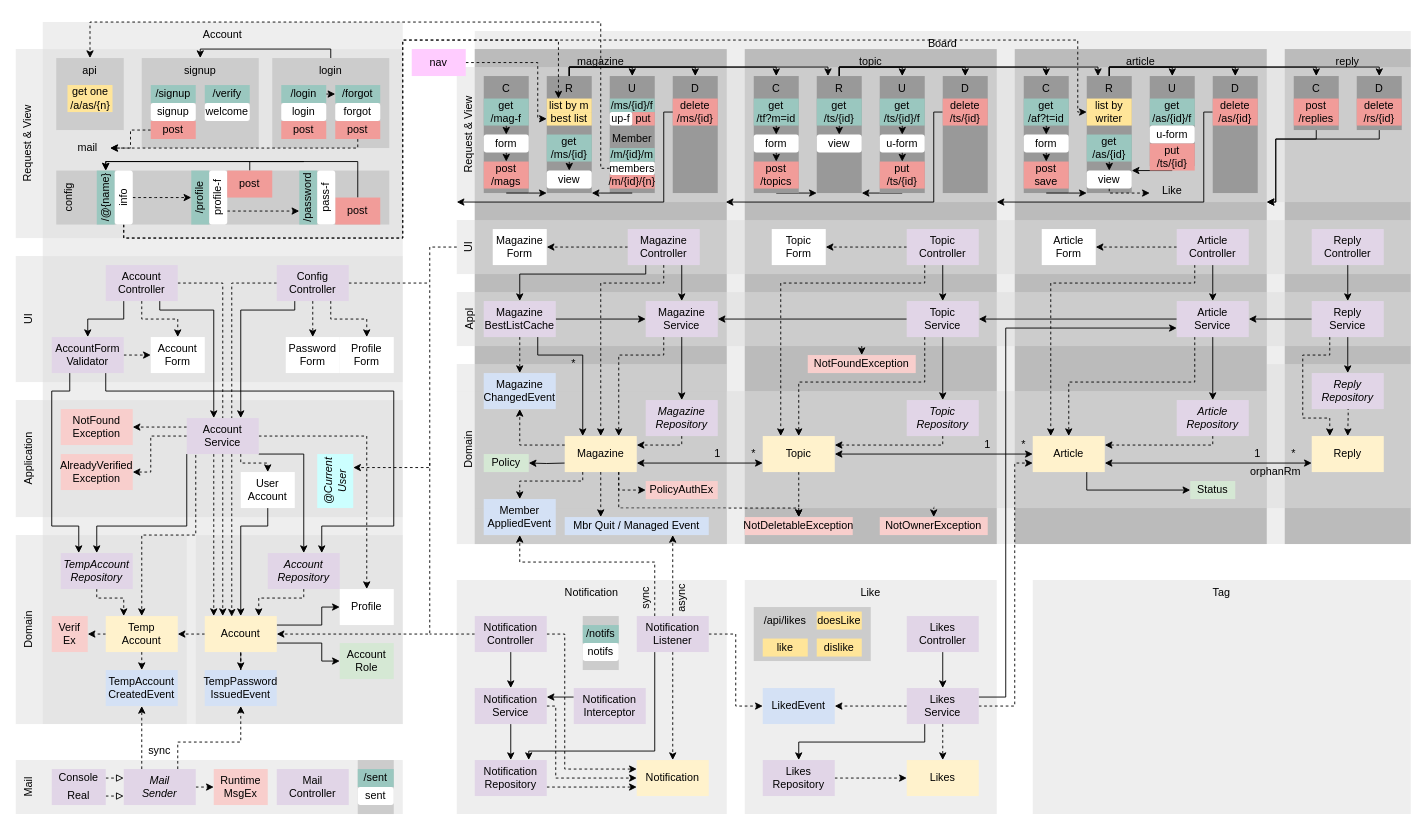
Above: diagram.drawio in suloginscene/dinner (draw.io), before the change. Source tidied: cells renumbered, new cells numbered last; positions are measured from the earlier drawing's top-left corner, leaving out a move shared by most shapes. Both pictures are drawn from the tidied source at 90%, with x=0, y=0 at pixel (15, 22).
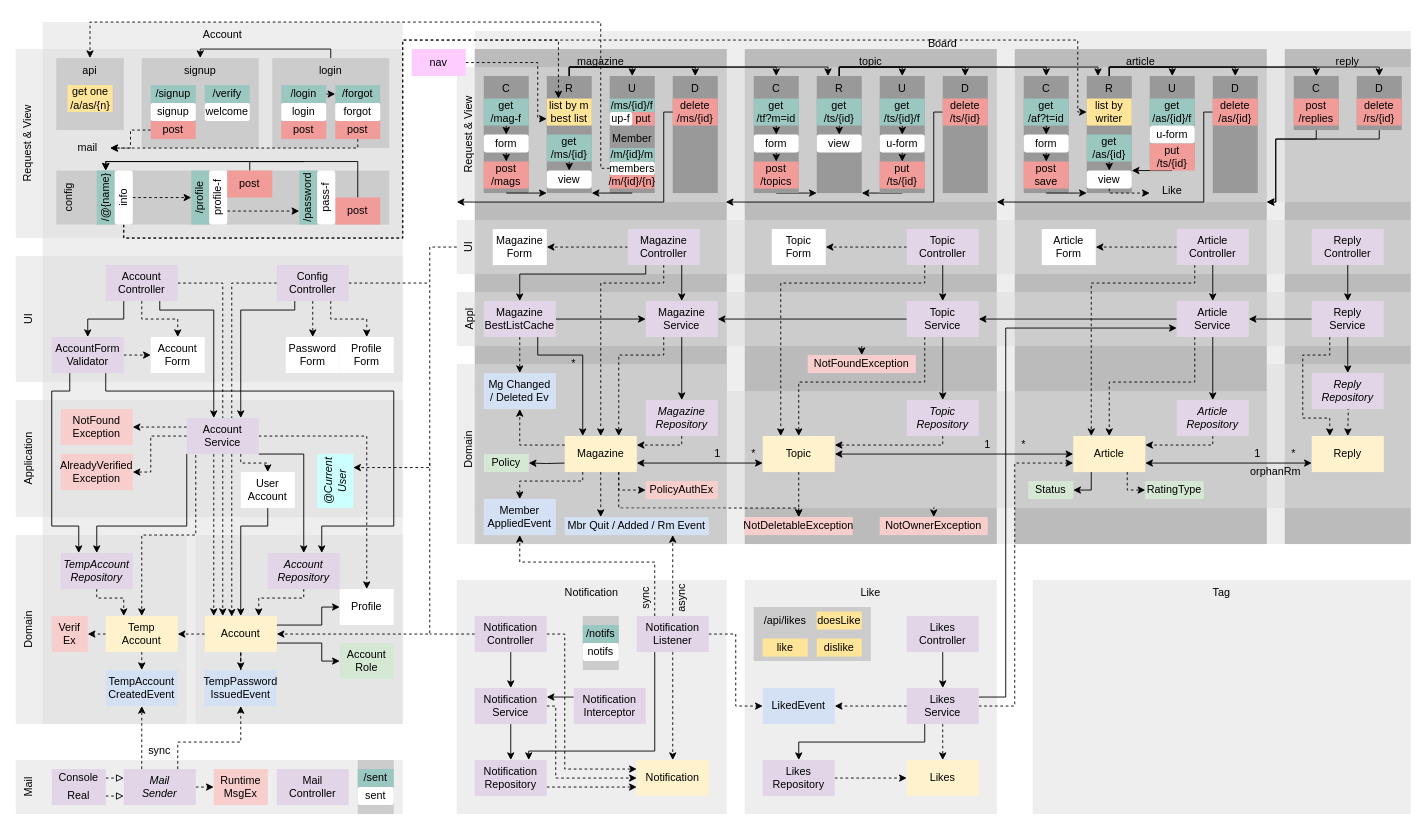
After the change.

Unchanged cells that the change refers to:
```xml
<mxCell id="151" value="Article&lt;br&gt;Controller" style="rounded=0;whiteSpace=wrap;html=1;strokeColor=none;fillColor=#E1D5E7;" parent="1" vertex="1">
  <mxGeometry x="1290" y="230" width="80" height="40" as="geometry" />
</mxCell>
<mxCell id="156" value="Article&lt;br&gt;Service" style="rounded=0;whiteSpace=wrap;html=1;strokeColor=none;fillColor=#E1D5E7;" parent="1" vertex="1">
  <mxGeometry x="1290" y="310" width="80" height="40" as="geometry" />
</mxCell>
```

Change to the diagram source:
```diff
@@
     <mxCell id="150" style="edgeStyle=orthogonalEdgeStyle;rounded=0;jettySize=auto;html=1;exitX=0.25;exitY=1;exitDx=0;exitDy=0;entryX=0.25;entryY=0;entryDx=0;entryDy=0;dashed=1;" parent="1" edge="1" source="151" target="161">
       <mxGeometry relative="1" as="geometry">
         <Array as="points">
           <mxPoint x="1310" y="290" />
-          <mxPoint x="1150" y="290" />
+          <mxPoint x="1195" y="290" />
         </Array>
       </mxGeometry>
     </mxCell>
@@
     <mxCell id="155" style="edgeStyle=orthogonalEdgeStyle;rounded=0;jettySize=auto;html=1;exitX=0.25;exitY=1;exitDx=0;exitDy=0;entryX=0.5;entryY=0;entryDx=0;entryDy=0;dashed=1;" parent="1" edge="1" source="156" target="161">
       <mxGeometry relative="1" as="geometry">
         <Array as="points">
           <mxPoint x="1310" y="400" />
-          <mxPoint x="1170" y="400" />
+          <mxPoint x="1215" y="400" />
         </Array>
       </mxGeometry>
     </mxCell>
@@
-    <mxCell id="160" style="edgeStyle=orthogonalEdgeStyle;rounded=0;jettySize=auto;html=1;exitX=0.75;exitY=1;exitDx=0;exitDy=0;entryX=0;entryY=0.5;entryDx=0;entryDy=0;" parent="1" edge="1" source="161" target="287">
-      <mxGeometry relative="1" as="geometry" />
+    <mxCell id="160" style="edgeStyle=orthogonalEdgeStyle;rounded=0;jettySize=auto;html=1;exitX=0.25;exitY=1;exitDx=0;exitDy=0;entryX=1;entryY=0.5;entryDx=0;entryDy=0;" parent="1" edge="1" source="161" target="287">
+      <mxGeometry relative="1" as="geometry">
+        <Array as="points">
+          <mxPoint x="1195" y="520" />
+        </Array>
+      </mxGeometry>
     </mxCell>
+    <mxCell id="337" style="edgeStyle=orthogonalEdgeStyle;rounded=0;jettySize=auto;html=1;exitX=0.75;exitY=1;exitDx=0;exitDy=0;entryX=0;entryY=0.5;entryDx=0;entryDy=0;dashed=1;" parent="1" edge="1" source="161" target="338">
+      <mxGeometry relative="1" as="geometry">
+        <Array as="points">
+          <mxPoint x="1235" y="520" />
+        </Array>
+      </mxGeometry>
+    </mxCell>
     <mxCell id="161" value="Article" style="rounded=0;whiteSpace=wrap;html=1;strokeColor=none;fillColor=#FFF2CC;" parent="1" vertex="1">
-      <mxGeometry x="1130" y="460" width="80" height="40" as="geometry" />
+      <mxGeometry x="1175" y="460" width="80" height="40" as="geometry" />
     </mxCell>
@@
-    <mxCell id="274" value="Magazine&lt;br&gt;ChangedEvent" style="rounded=0;whiteSpace=wrap;html=1;strokeColor=none;fillColor=#D4E1F5;" parent="1" vertex="1">
+    <mxCell id="274" value="Mg&amp;nbsp;Changed&lt;br&gt;/ Deleted Ev" style="rounded=0;whiteSpace=wrap;html=1;strokeColor=none;fillColor=#D4E1F5;" parent="1" vertex="1">
       <mxGeometry x="520" y="390" width="80" height="40" as="geometry" />
     </mxCell>
@@
-    <mxCell id="283" value="Mbr Quit / Managed Event" style="rounded=0;whiteSpace=wrap;html=1;strokeColor=none;fillColor=#D4E1F5;" parent="1" vertex="1">
+    <mxCell id="283" value="Mbr Quit / Added / Rm Event" style="rounded=0;whiteSpace=wrap;html=1;strokeColor=none;fillColor=#D4E1F5;" parent="1" vertex="1">
       <mxGeometry x="610" y="550" width="160" height="20" as="geometry" />
     </mxCell>
@@
     <mxCell id="287" value="Status" style="rounded=0;whiteSpace=wrap;html=1;strokeColor=none;fillColor=#D5E8D4;" parent="1" vertex="1">
-      <mxGeometry x="1305" y="510" width="50" height="20" as="geometry" />
+      <mxGeometry x="1125" y="510" width="50" height="20" as="geometry" />
     </mxCell>
@@
+    <mxCell id="338" value="RatingType" style="rounded=0;whiteSpace=wrap;html=1;strokeColor=none;fillColor=#D5E8D4;" parent="1" vertex="1">
+      <mxGeometry x="1255" y="510" width="65" height="20" as="geometry" />
+    </mxCell>
```
